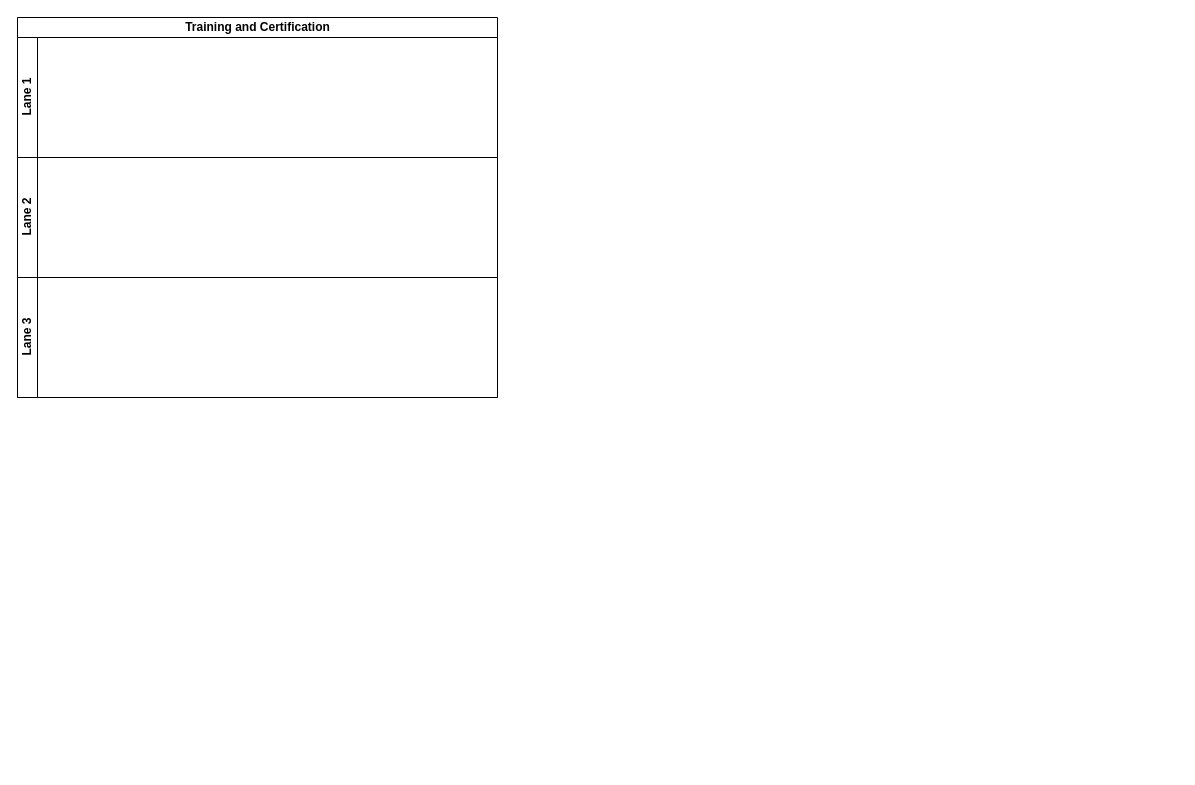
Before: LC - Training -Training and Certification.drawio in kmagua/flowcharts, a draw.io diagram. Source tidied: cells renumbered, new cells numbered last; positions are measured from the earlier drawing's top-left corner, leaving out a move shared by most shapes. Both pictures are drawn from the tidied source at 100%, with x=0, y=0 at pixel (17, 17).
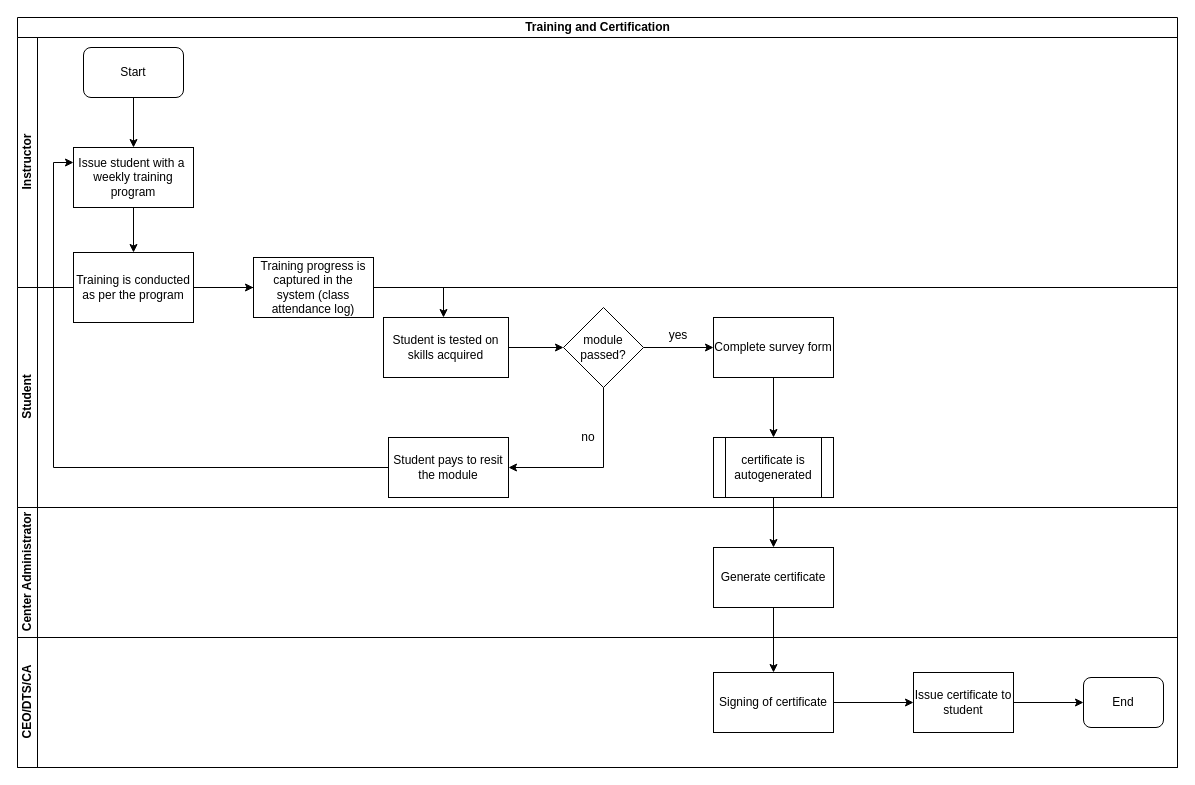
After the change.

Diff of the diagram source:
```diff
@@
     <mxCell id="2" value="Training and Certification" style="swimlane;html=1;horizontal=1;startSize=20;" parent="1" vertex="1">
-      <mxGeometry width="480" height="380" as="geometry" />
+      <mxGeometry width="1160" height="750" as="geometry" />
     </mxCell>
+    <mxCell id="6" style="edgeStyle=orthogonalEdgeStyle;rounded=0;jettySize=auto;html=1;" parent="2" edge="1" source="8" target="10">
+      <mxGeometry relative="1" as="geometry" />
+    </mxCell>
-    <mxCell id="3" value="Lane 1" style="swimlane;html=1;startSize=20;horizontal=0;" parent="2" vertex="1">
-      <mxGeometry y="20" width="480" height="120" as="geometry" />
+    <mxCell id="3" value="Instructor" style="swimlane;html=1;startSize=20;horizontal=0;" parent="2" vertex="1">
+      <mxGeometry y="20" width="1160" height="250" as="geometry" />
     </mxCell>
+    <mxCell id="7" value="Start" style="rounded=1;whiteSpace=wrap;html=1;" parent="3" vertex="1">
+      <mxGeometry x="66" y="10" width="100" height="50" as="geometry" />
+    </mxCell>
+    <mxCell id="8" value="Issue student with a&amp;nbsp; weekly training program" style="rounded=0;whiteSpace=wrap;html=1;" parent="3" vertex="1">
+      <mxGeometry x="56" y="110" width="120" height="60" as="geometry" />
+    </mxCell>
+    <mxCell id="9" style="edgeStyle=orthogonalEdgeStyle;rounded=0;jettySize=auto;html=1;entryX=0.5;entryY=0;entryDx=0;entryDy=0;" parent="3" edge="1" source="7" target="8">
+      <mxGeometry relative="1" as="geometry" />
+    </mxCell>
-    <mxCell id="4" value="Lane 2" style="swimlane;html=1;startSize=20;horizontal=0;" parent="2" vertex="1">
-      <mxGeometry y="140" width="480" height="120" as="geometry" />
+    <mxCell id="4" value="Student" style="swimlane;html=1;startSize=20;horizontal=0;" parent="2" vertex="1">
+      <mxGeometry y="270" width="1160" height="220" as="geometry" />
     </mxCell>
+    <mxCell id="10" value="Training is conducted as per the program" style="whiteSpace=wrap;html=1;rounded=0;" parent="4" vertex="1">
+      <mxGeometry x="56" y="-35" width="120" height="70" as="geometry" />
+    </mxCell>
+    <mxCell id="11" value="Student is tested on skills acquired" style="whiteSpace=wrap;html=1;rounded=0;" parent="4" vertex="1">
+      <mxGeometry x="366" y="30" width="125" height="60" as="geometry" />
+    </mxCell>
+    <mxCell id="12" value="module passed?" style="rhombus;whiteSpace=wrap;html=1;rounded=0;" parent="4" vertex="1">
+      <mxGeometry x="546" y="20" width="80" height="80" as="geometry" />
+    </mxCell>
+    <mxCell id="13" style="edgeStyle=orthogonalEdgeStyle;rounded=0;jettySize=auto;html=1;" parent="4" edge="1" source="11" target="12">
+      <mxGeometry relative="1" as="geometry" />
+    </mxCell>
+    <mxCell id="14" value="yes" style="text;html=1;strokeColor=none;fillColor=none;align=center;verticalAlign=middle;whiteSpace=wrap;rounded=0;" parent="4" vertex="1">
+      <mxGeometry x="641" y="38" width="40" height="20" as="geometry" />
+    </mxCell>
+    <mxCell id="15" value="Complete survey form" style="whiteSpace=wrap;html=1;rounded=0;" parent="4" vertex="1">
+      <mxGeometry x="696" y="30" width="120" height="60" as="geometry" />
+    </mxCell>
+    <mxCell id="16" style="edgeStyle=orthogonalEdgeStyle;rounded=0;jettySize=auto;html=1;" parent="4" edge="1" source="12" target="15">
+      <mxGeometry relative="1" as="geometry" />
+    </mxCell>
+    <mxCell id="17" style="edgeStyle=orthogonalEdgeStyle;rounded=0;jettySize=auto;html=1;entryX=0.5;entryY=0;entryDx=0;entryDy=0;" parent="4" edge="1" source="15" target="18">
+      <mxGeometry relative="1" as="geometry" />
+    </mxCell>
+    <mxCell id="18" value="certificate is autogenerated" style="shape=process;whiteSpace=wrap;html=1;backgroundOutline=1;" parent="4" vertex="1">
+      <mxGeometry x="696" y="150" width="120" height="60" as="geometry" />
+    </mxCell>
+    <mxCell id="19" value="Student pays to resit the module" style="whiteSpace=wrap;html=1;rounded=0;" parent="4" vertex="1">
+      <mxGeometry x="371" y="150" width="120" height="60" as="geometry" />
+    </mxCell>
+    <mxCell id="20" style="edgeStyle=orthogonalEdgeStyle;rounded=0;jettySize=auto;html=1;" parent="4" edge="1" source="12" target="19">
+      <mxGeometry relative="1" as="geometry">
+        <Array as="points">
+          <mxPoint x="586" y="180" />
+        </Array>
+      </mxGeometry>
+    </mxCell>
+    <mxCell id="21" value="no" style="text;html=1;strokeColor=none;fillColor=none;align=center;verticalAlign=middle;whiteSpace=wrap;rounded=0;" parent="4" vertex="1">
+      <mxGeometry x="551" y="140" width="40" height="20" as="geometry" />
+    </mxCell>
-    <mxCell id="5" value="Lane 3" style="swimlane;html=1;startSize=20;horizontal=0;" parent="2" vertex="1">
-      <mxGeometry y="260" width="480" height="120" as="geometry" />
+    <mxCell id="5" value="Center Administrator" style="swimlane;html=1;startSize=20;horizontal=0;" parent="2" vertex="1">
+      <mxGeometry y="490" width="1160" height="130" as="geometry" />
     </mxCell>
+    <mxCell id="22" value="Generate certificate" style="whiteSpace=wrap;html=1;" parent="5" vertex="1">
+      <mxGeometry x="696" y="40" width="120" height="60" as="geometry" />
+    </mxCell>
+    <mxCell id="23" style="edgeStyle=orthogonalEdgeStyle;rounded=0;jettySize=auto;html=1;" parent="2" edge="1" source="18" target="22">
+      <mxGeometry relative="1" as="geometry" />
+    </mxCell>
+    <mxCell id="24" value="CEO/DTS/CA" style="swimlane;html=1;startSize=20;horizontal=0;" parent="2" vertex="1">
+      <mxGeometry y="620" width="1160" height="130" as="geometry" />
+    </mxCell>
+    <mxCell id="25" value="Signing of certificate" style="whiteSpace=wrap;html=1;" parent="24" vertex="1">
+      <mxGeometry x="696" y="35" width="120" height="60" as="geometry" />
+    </mxCell>
+    <mxCell id="26" value="End" style="rounded=1;whiteSpace=wrap;html=1;" parent="24" vertex="1">
+      <mxGeometry x="1066" y="40" width="80" height="50" as="geometry" />
+    </mxCell>
+    <mxCell id="27" style="edgeStyle=orthogonalEdgeStyle;rounded=0;jettySize=auto;html=1;" parent="2" edge="1" source="22" target="25">
+      <mxGeometry relative="1" as="geometry" />
+    </mxCell>
+    <mxCell id="28" style="edgeStyle=orthogonalEdgeStyle;rounded=0;jettySize=auto;html=1;entryX=0;entryY=0.25;entryDx=0;entryDy=0;" parent="2" edge="1" source="19" target="8">
+      <mxGeometry relative="1" as="geometry" />
+    </mxCell>
+    <mxCell id="29" value="Training progress is captured in the system (class attendance log)" style="whiteSpace=wrap;html=1;rounded=0;" parent="1" vertex="1">
+      <mxGeometry x="236" y="240" width="120" height="60" as="geometry" />
+    </mxCell>
+    <mxCell id="30" style="edgeStyle=orthogonalEdgeStyle;rounded=0;jettySize=auto;html=1;" parent="1" edge="1" source="10" target="29">
+      <mxGeometry relative="1" as="geometry" />
+    </mxCell>
+    <mxCell id="31" style="edgeStyle=orthogonalEdgeStyle;rounded=0;jettySize=auto;html=1;exitX=1;exitY=0.5;exitDx=0;exitDy=0;" parent="1" edge="1" source="29" target="11">
+      <mxGeometry relative="1" as="geometry">
+        <Array as="points">
+          <mxPoint x="426" y="270" />
+          <mxPoint x="426" y="340" />
+        </Array>
+      </mxGeometry>
+    </mxCell>
+    <mxCell id="32" style="edgeStyle=orthogonalEdgeStyle;rounded=0;jettySize=auto;html=1;entryX=0;entryY=0.5;entryDx=0;entryDy=0;" parent="1" edge="1" source="33" target="26">
+      <mxGeometry relative="1" as="geometry" />
+    </mxCell>
+    <mxCell id="33" value="Issue certificate to student" style="whiteSpace=wrap;html=1;" parent="1" vertex="1">
+      <mxGeometry x="896" y="655" width="100" height="60" as="geometry" />
+    </mxCell>
+    <mxCell id="34" style="edgeStyle=orthogonalEdgeStyle;rounded=0;jettySize=auto;html=1;" parent="1" edge="1" source="25" target="33">
+      <mxGeometry relative="1" as="geometry" />
+    </mxCell>
```
